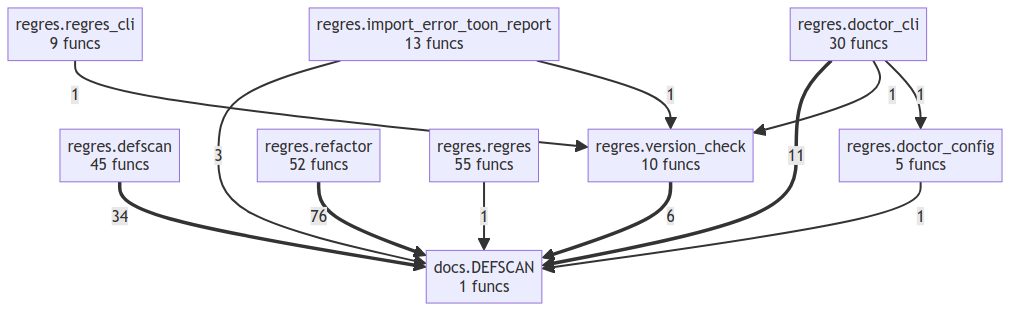
The Mermaid diagram project/compact_flow.png in semcod/regres, before a commit. Its source is kept beside it as project/compact_flow.mmd.
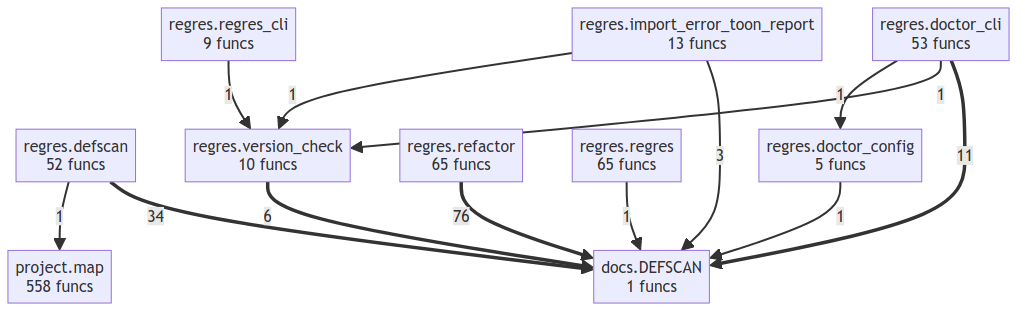
After the change.

Change to the diagram source:
```diff
@@ -1,11 +1,12 @@
 flowchart TD
     docs__DEFSCAN["docs.DEFSCAN<br/>1 funcs"]
-    regres__defscan["regres.defscan<br/>45 funcs"]
-    regres__doctor_cli["regres.doctor_cli<br/>30 funcs"]
+    project__map["project.map<br/>558 funcs"]
+    regres__defscan["regres.defscan<br/>52 funcs"]
+    regres__doctor_cli["regres.doctor_cli<br/>53 funcs"]
     regres__doctor_config["regres.doctor_config<br/>5 funcs"]
     regres__import_error_toon_report["regres.import_error_toon_report<br/>13 funcs"]
-    regres__refactor["regres.refactor<br/>52 funcs"]
-    regres__regres["regres.regres<br/>55 funcs"]
+    regres__refactor["regres.refactor<br/>65 funcs"]
+    regres__regres["regres.regres<br/>65 funcs"]
     regres__regres_cli["regres.regres_cli<br/>9 funcs"]
     regres__version_check["regres.version_check<br/>10 funcs"]
     regres__refactor ==>|76| docs__DEFSCAN
@@ -13,9 +14,10 @@
     regres__doctor_cli ==>|11| docs__DEFSCAN
     regres__version_check ==>|6| docs__DEFSCAN
     regres__import_error_toon_report -->|3| docs__DEFSCAN
-    regres__regres -->|1| docs__DEFSCAN
     regres__doctor_config -->|1| docs__DEFSCAN
+    regres__doctor_cli -->|1| regres__version_check
+    regres__doctor_cli -->|1| regres__doctor_config
     regres__import_error_toon_report -->|1| regres__version_check
     regres__regres_cli -->|1| regres__version_check
-    regres__doctor_cli -->|1| regres__version_check
-    regres__doctor_cli -->|1| regres__doctor_config
+    regres__defscan -->|1| project__map
+    regres__regres -->|1| docs__DEFSCAN
```
